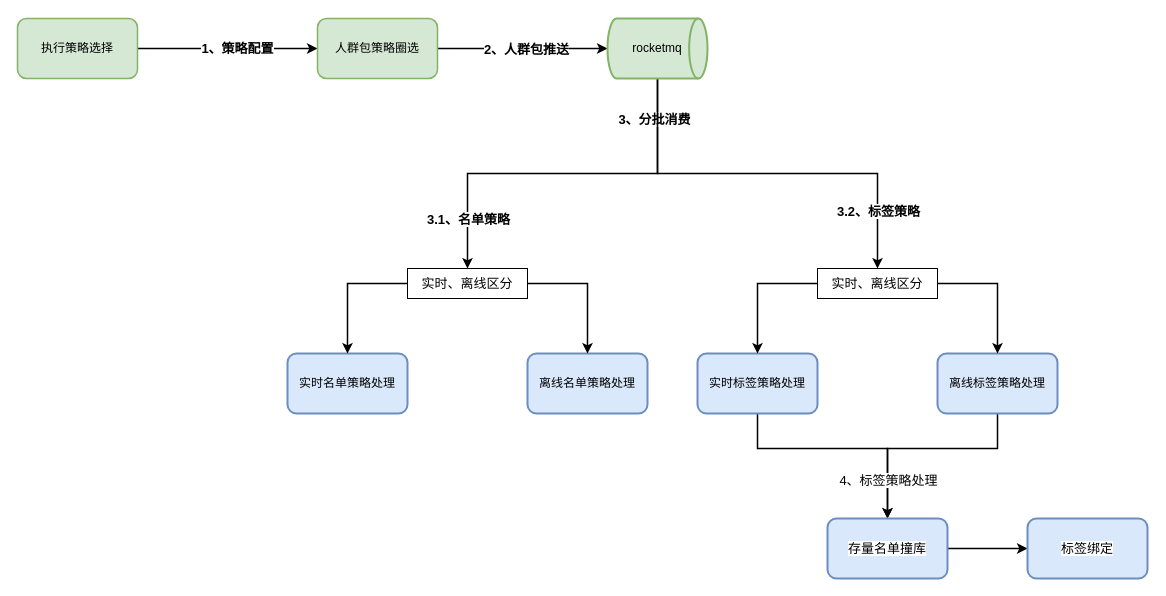
Before: 电销系统运行架构图.drawio in yuanlj-tea/picgo, a draw.io diagram. Source tidied: cells renumbered, new cells numbered last; positions are measured from the earlier drawing's top-left corner, leaving out a move shared by most shapes. Both pictures are drawn from the tidied source at 100%, with x=0, y=0 at pixel (17, 18).
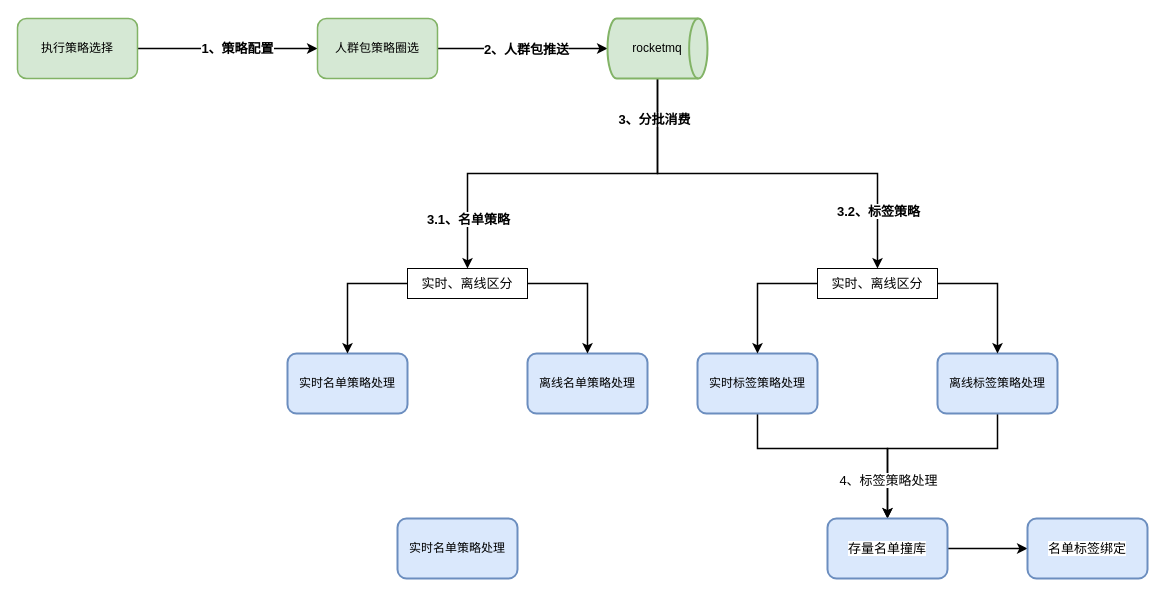
The same diagram, later.

Commit message (it also covers changes not shown here):
更新电销系统运行架构图.drawio

Diff of the diagram source:
```diff
@@
-    <mxCell id="29" value="标签绑定" style="whiteSpace=wrap;html=1;fillColor=#dae8fc;strokeColor=#6c8ebf;strokeWidth=2;rounded=1;labelBackgroundColor=default;align=center;verticalAlign=middle;fontFamily=Helvetica;fontSize=13;fontColor=default;" parent="1" vertex="1">
+    <mxCell id="29" value="名单标签绑定" style="whiteSpace=wrap;html=1;fillColor=#dae8fc;strokeColor=#6c8ebf;strokeWidth=2;rounded=1;labelBackgroundColor=default;align=center;verticalAlign=middle;fontFamily=Helvetica;fontSize=13;fontColor=default;" parent="1" vertex="1">
       <mxGeometry x="1010" y="500" width="120" height="60" as="geometry" />
     </mxCell>
+    <mxCell id="30" value="实时名单策略处理" style="whiteSpace=wrap;html=1;fillColor=#dae8fc;strokeColor=#6c8ebf;strokeWidth=2;rounded=1;" parent="1" vertex="1">
+      <mxGeometry x="380" y="500" width="120" height="60" as="geometry" />
+    </mxCell>
```
